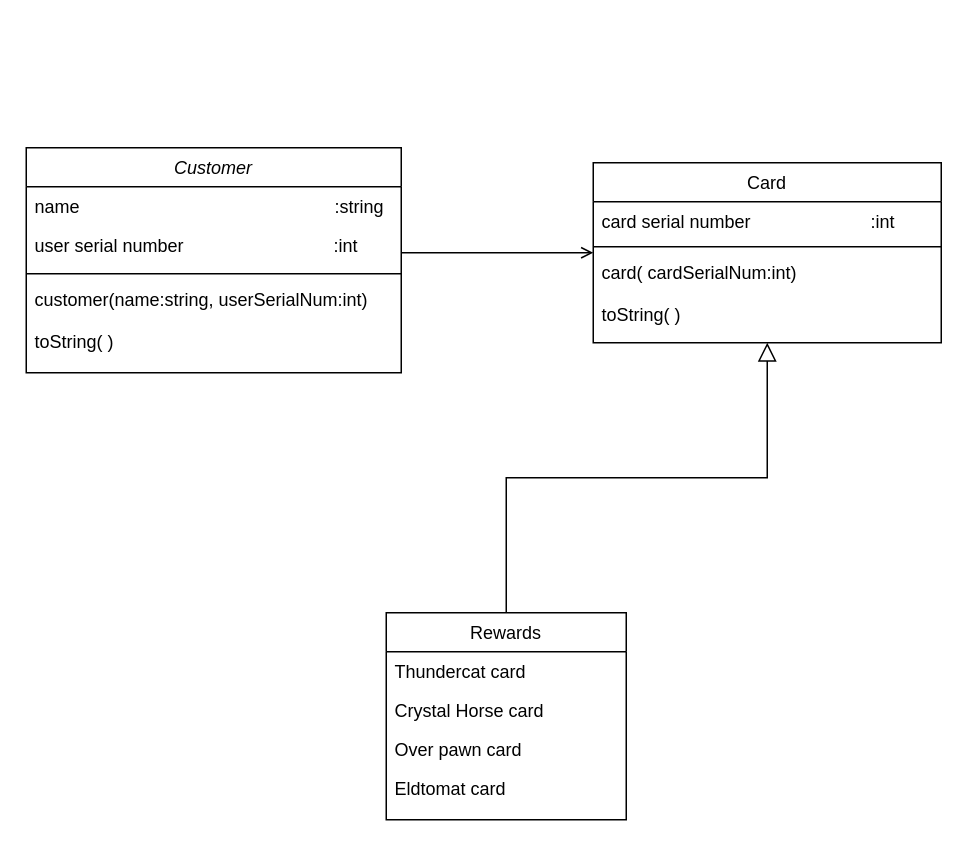
The draw.io diagram Untitled Diagram.drawio in mmdarrah/klassdiagram-Guldkortet, before the edit. Source tidied: cells renumbered, new cells numbered last; positions are measured from the earlier drawing's top-left corner, leaving out a move shared by most shapes. Both pictures are drawn from the tidied source at 150%, with x=0, y=0 at pixel (26, 147).
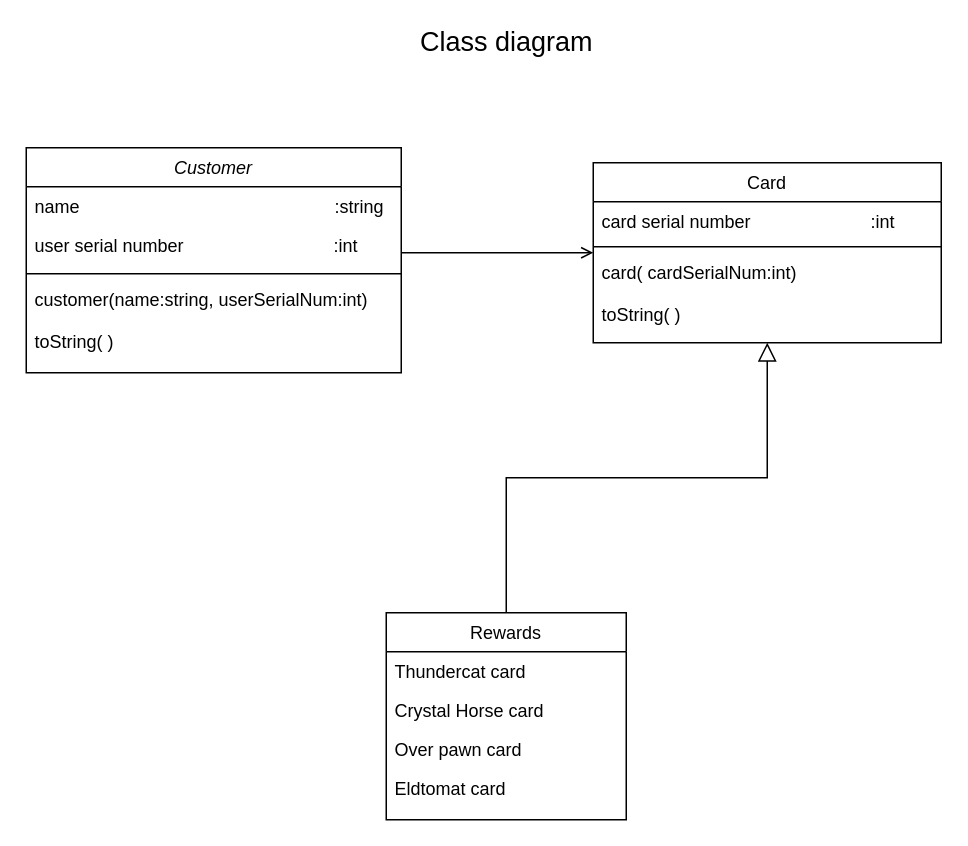
After the change.

Change to the diagram source:
```diff
@@
+    <mxCell id="20" value="&lt;font style=&quot;font-size: 18px&quot;&gt;Class diagram&lt;/font&gt;" style="text;html=1;align=center;verticalAlign=middle;" parent="1" vertex="1">
+      <mxGeometry x="255" y="-80" width="130" height="20" as="geometry" />
+    </mxCell>
```
